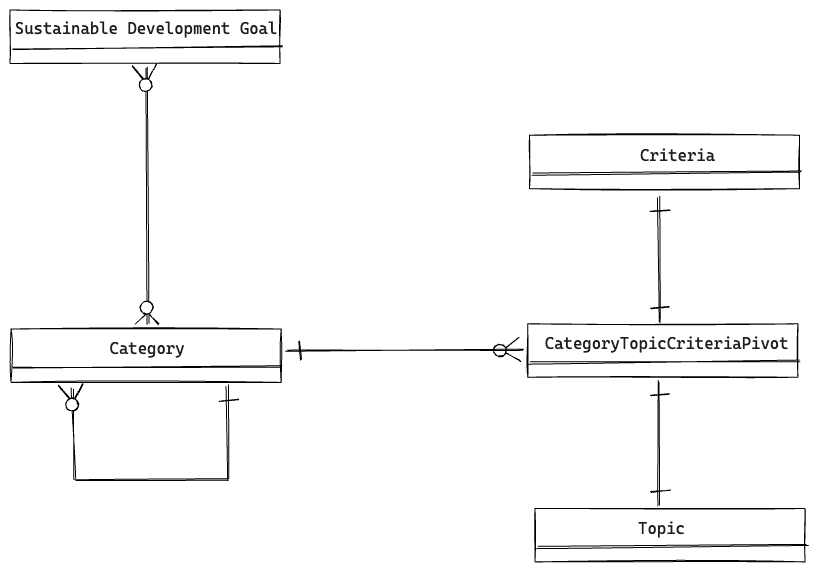
Earlier version of the Excalidraw export docs/_assets/diagrams/er-diagram-data-structure.excalidraw.png (sozialhelden/a11yscore). Source tidied: one line per element, renumbered; positions are measured from the earlier drawing's top-left corner, leaving out a move shared by most shapes.
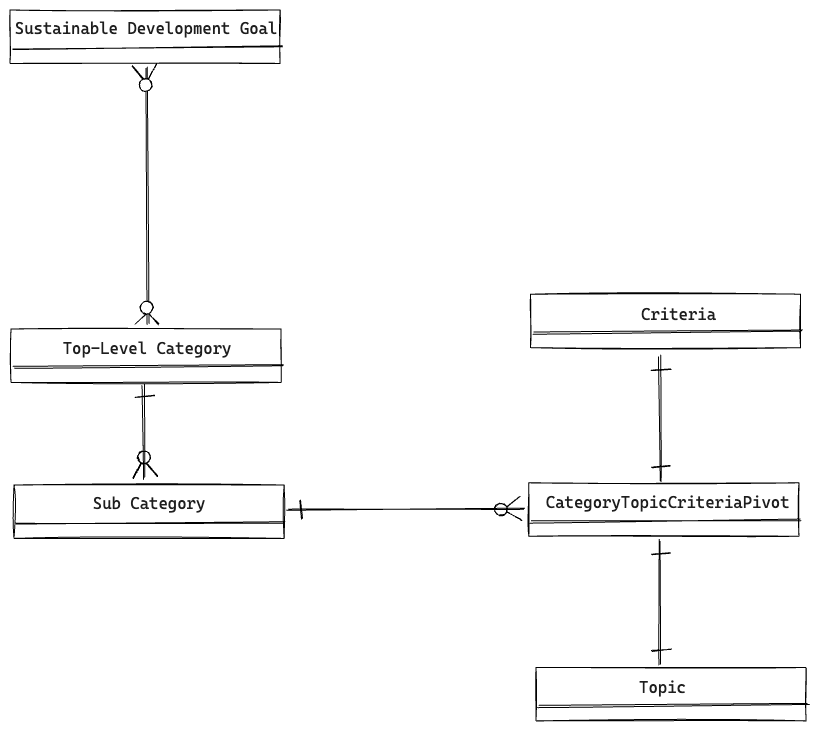
After the commit.

The edit, as a diff of the source:
```diff
@@ -1,9 +1,9 @@
-{"id": 0, "type": "rectangle", "strokeColor": "#000000", "strokeWidth": 1, "roughness": 1, "x": 0, "y": 0, "width": 270, "height": 53}
+{"id": 0, "type": "rectangle", "strokeColor": "#000000", "strokeWidth": 1, "roughness": 1, "x": -1, "y": -159, "width": 270, "height": 53}
-{"id": 1, "type": "line", "strokeColor": "#000000", "strokeWidth": 1, "roughness": 1, "round": true, "x": 2, "y": 39, "width": 269, "height": 2, "points": [[0, 0], [269, -2]]}
+{"id": 1, "type": "line", "strokeColor": "#000000", "strokeWidth": 1, "roughness": 1, "round": true, "x": 1, "y": -120, "width": 269, "height": 2, "points": [[0, 0], [269, -2]]}
-{"id": 2, "type": "text", "text": "Sustainable Development Goal", "strokeColor": "#1e1e1e", "backgroundColor": "#b2f2bb", "fillStyle": "hachure", "strokeWidth": 2, "roughness": 1, "fontSize": 16, "fontFamily": 3, "textAlign": "center", "x": 5, "y": 9, "width": 262, "height": 19}
+{"id": 2, "type": "text", "text": "Sustainable Development Goal", "strokeColor": "#1e1e1e", "backgroundColor": "#b2f2bb", "fillStyle": "hachure", "strokeWidth": 2, "roughness": 1, "fontSize": 16, "fontFamily": 3, "textAlign": "center", "x": 4, "y": -150, "width": 262, "height": 19}
-{"id": 3, "type": "rectangle", "strokeColor": "#000000", "strokeWidth": 1, "roughness": 1, "x": 1, "y": 319, "width": 270, "height": 53}
-{"id": 4, "type": "line", "strokeColor": "#000000", "strokeWidth": 1, "roughness": 1, "round": true, "x": 3, "y": 358, "width": 269, "height": 2, "points": [[0, 0], [269, -2]]}
-{"id": 5, "type": "text", "text": "Category", "strokeColor": "#1e1e1e", "backgroundColor": "#b2f2bb", "fillStyle": "hachure", "strokeWidth": 2, "roughness": 1, "fontSize": 16, "fontFamily": 3, "textAlign": "center", "x": 100, "y": 329, "width": 75, "height": 19}
+{"id": 40, "type": "rectangle", "strokeColor": "#000000", "strokeWidth": 1, "roughness": 1, "x": 0, "y": 160, "width": 270, "height": 53}
+{"id": 41, "type": "line", "strokeColor": "#000000", "strokeWidth": 1, "roughness": 1, "round": true, "x": 2, "y": 199, "width": 269, "height": 2, "points": [[0, 0], [269, -2]]}
+{"id": 42, "type": "text", "text": "Top-Level Category", "strokeColor": "#1e1e1e", "backgroundColor": "#b2f2bb", "fillStyle": "hachure", "strokeWidth": 2, "roughness": 1, "fontSize": 16, "fontFamily": 3, "textAlign": "center", "x": 52, "y": 170, "width": 169, "height": 19}
 {"id": 6, "type": "rectangle", "strokeColor": "#000000", "strokeWidth": 1, "roughness": 1, "x": 518, "y": 314, "width": 270, "height": 53}
 {"id": 7, "type": "line", "strokeColor": "#000000", "strokeWidth": 1, "roughness": 1, "round": true, "x": 520, "y": 352, "width": 269, "height": 2, "points": [[0, 0], [269, -2]]}
 {"id": 8, "type": "text", "text": "CategoryTopicCriteriaPivot", "strokeColor": "#1e1e1e", "backgroundColor": "#b2f2bb", "fillStyle": "hachure", "strokeWidth": 2, "roughness": 1, "fontSize": 16, "fontFamily": 3, "textAlign": "center", "x": 535, "y": 324, "width": 244, "height": 19}
@@ -13,23 +13,21 @@
 {"id": 12, "type": "rectangle", "strokeColor": "#000000", "strokeWidth": 1, "roughness": 1, "x": 519, "y": 125, "width": 270, "height": 53}
 {"id": 13, "type": "line", "strokeColor": "#000000", "strokeWidth": 1, "roughness": 1, "round": true, "x": 522, "y": 164, "width": 269, "height": 2, "points": [[0, 0], [269, -2]]}
 {"id": 14, "type": "text", "text": "Criteria", "strokeColor": "#1e1e1e", "backgroundColor": "#b2f2bb", "fillStyle": "hachure", "strokeWidth": 2, "roughness": 1, "fontSize": 16, "fontFamily": 3, "textAlign": "center", "x": 630, "y": 136, "width": 75, "height": 19}
-{"id": 15, "type": "line", "strokeColor": "#000000", "angle": 1.57, "strokeWidth": 1, "roughness": 1, "round": true, "x": 9, "y": 188, "width": 256, "height": 2, "points": [[0, 0], [256, -2]]}
+{"id": 15, "type": "line", "strokeColor": "#000000", "angle": 1.57, "strokeWidth": 1, "roughness": 1, "round": true, "x": 8, "y": 29, "width": 256, "height": 2, "points": [[0, 0], [256, -2]]}
-{"id": 16, "type": "line", "strokeColor": "#000000", "angle": 1.57, "strokeWidth": 1, "roughness": 1, "round": true, "x": 132, "y": 58, "width": 19, "height": 11, "points": [[0, 0], [19, 11]]}
+{"id": 16, "type": "line", "strokeColor": "#000000", "angle": 1.57, "strokeWidth": 1, "roughness": 1, "round": true, "x": 131, "y": -101, "width": 19, "height": 11, "points": [[0, 0], [19, 11]]}
-{"id": 17, "type": "line", "strokeColor": "#000000", "angle": 1.57, "strokeWidth": 1, "roughness": 1, "round": true, "x": 121, "y": 71, "width": 16, "height": 14, "points": [[0, 0], [16, -14]]}
+{"id": 17, "type": "line", "strokeColor": "#000000", "angle": 1.57, "strokeWidth": 1, "roughness": 1, "round": true, "x": 120, "y": -88, "width": 16, "height": 14, "points": [[0, 0], [16, -14]]}
-{"id": 18, "type": "line", "strokeColor": "#000000", "angle": 1.57, "strokeWidth": 1, "roughness": 1, "round": true, "x": 138, "y": 314, "width": 11, "height": 10, "points": [[0, 0], [11, -10]]}
+{"id": 18, "type": "line", "strokeColor": "#000000", "angle": 1.57, "strokeWidth": 1, "roughness": 1, "round": true, "x": 137, "y": 155, "width": 11, "height": 10, "points": [[0, 0], [11, -10]]}
-{"id": 19, "type": "line", "strokeColor": "#000000", "angle": 1.57, "strokeWidth": 1, "roughness": 1, "round": true, "x": 126, "y": 303, "width": 10, "height": 11, "points": [[0, 0], [10, 11]]}
+{"id": 19, "type": "line", "strokeColor": "#000000", "angle": 1.57, "strokeWidth": 1, "roughness": 1, "round": true, "x": 125, "y": 144, "width": 10, "height": 11, "points": [[0, 0], [10, 11]]}
-{"id": 20, "type": "ellipse", "strokeColor": "#000000", "angle": 1.57, "backgroundColor": "#ffffff", "fillStyle": "solid", "strokeWidth": 1, "roughness": 1, "x": 129, "y": 69, "width": 13, "height": 12}
+{"id": 20, "type": "ellipse", "strokeColor": "#000000", "angle": 1.57, "backgroundColor": "#ffffff", "fillStyle": "solid", "strokeWidth": 1, "roughness": 1, "x": 128, "y": -90, "width": 13, "height": 12}
-{"id": 21, "type": "ellipse", "strokeColor": "#000000", "angle": 1.57, "backgroundColor": "#ffffff", "fillStyle": "solid", "strokeWidth": 1, "roughness": 1, "x": 130, "y": 292, "width": 13, "height": 12}
+{"id": 21, "type": "ellipse", "strokeColor": "#000000", "angle": 1.57, "backgroundColor": "#ffffff", "fillStyle": "solid", "strokeWidth": 1, "roughness": 1, "x": 129, "y": 133, "width": 13, "height": 12}
-{"id": 22, "type": "line", "strokeColor": "#000000", "angle": 1.57, "strokeWidth": 1, "roughness": 1, "round": true, "x": 19, "y": 424, "width": 90, "height": 2, "points": [[0, 0], [90, -2]]}
-{"id": 23, "type": "line", "strokeColor": "#000000", "angle": 1.57, "strokeWidth": 1, "roughness": 1, "round": true, "x": 58, "y": 378, "width": 19, "height": 11, "points": [[0, 0], [19, 11]]}
+{"id": 23, "type": "line", "strokeColor": "#000000", "angle": 4.71, "strokeWidth": 1, "roughness": 1, "round": true, "x": 118, "y": 295, "width": 19, "height": 11, "points": [[0, 0], [19, 11]]}
-{"id": 24, "type": "line", "strokeColor": "#000000", "angle": 1.57, "strokeWidth": 1, "roughness": 1, "round": true, "x": 48, "y": 391, "width": 16, "height": 14, "points": [[0, 0], [16, -14]]}
+{"id": 24, "type": "line", "strokeColor": "#000000", "angle": 4.71, "strokeWidth": 1, "roughness": 1, "round": true, "x": 132, "y": 306, "width": 16, "height": 14, "points": [[0, 0], [16, -14]]}
-{"id": 25, "type": "ellipse", "strokeColor": "#000000", "angle": 1.57, "backgroundColor": "#ffffff", "fillStyle": "solid", "strokeWidth": 1, "roughness": 1, "x": 56, "y": 388, "width": 13, "height": 12}
+{"id": 25, "type": "ellipse", "strokeColor": "#000000", "angle": 4.71, "backgroundColor": "#ffffff", "fillStyle": "solid", "strokeWidth": 1, "roughness": 1, "x": 127, "y": 282, "width": 13, "height": 12}
 {"id": 26, "type": "line", "strokeColor": "#000000", "angle": 3.14, "strokeWidth": 1, "roughness": 1, "round": true, "x": 492, "y": 341, "width": 19, "height": 11, "points": [[0, 0], [19, 11]]}
 {"id": 27, "type": "line", "strokeColor": "#000000", "angle": 3.14, "strokeWidth": 1, "roughness": 1, "round": true, "x": 493, "y": 341, "width": 16, "height": 14, "points": [[0, 0], [16, -14]]}
 {"id": 28, "type": "ellipse", "strokeColor": "#000000", "angle": 3.14, "backgroundColor": "#ffffff", "fillStyle": "solid", "strokeWidth": 1, "roughness": 1, "x": 484, "y": 334, "width": 13, "height": 12}
-{"id": 29, "type": "line", "strokeColor": "#000000", "angle": 1.57, "strokeWidth": 1, "roughness": 1, "round": true, "x": 171, "y": 422, "width": 93, "height": 0, "points": [[0, 0], [93, 0]]}
+{"id": 29, "type": "line", "strokeColor": "#000000", "angle": 1.57, "strokeWidth": 1, "roughness": 1, "round": true, "x": 86, "y": 262, "width": 93, "height": 0, "points": [[0, 0], [93, 0]]}
-{"id": 30, "type": "line", "strokeColor": "#000000", "angle": 1.57, "strokeWidth": 1, "roughness": 1, "round": true, "x": 142, "y": 392, "width": 0, "height": 154, "points": [[0, 0], [0, 154]]}
-{"id": 31, "type": "line", "strokeColor": "#000000", "angle": 1.57, "strokeWidth": 1, "roughness": 1, "round": true, "x": 218, "y": 381, "width": 2, "height": 19, "points": [[0, 0], [2, 19]]}
+{"id": 31, "type": "line", "strokeColor": "#000000", "angle": 1.57, "strokeWidth": 1, "roughness": 1, "round": true, "x": 133, "y": 218, "width": 2, "height": 19, "points": [[0, 0], [2, 19]]}
 {"id": 32, "type": "line", "strokeColor": "#000000", "strokeWidth": 1, "roughness": 1, "round": true, "x": 276, "y": 342, "width": 238, "height": 2, "points": [[0, 0], [238, -2]]}
 {"id": 33, "type": "line", "strokeColor": "#000000", "strokeWidth": 1, "roughness": 1, "round": true, "x": 289, "y": 331, "width": 2, "height": 19, "points": [[0, 0], [2, 19]]}
 {"id": 34, "type": "line", "strokeColor": "#000000", "angle": 1.57, "strokeWidth": 1, "roughness": 1, "round": true, "x": 586, "y": 249, "width": 125, "height": 0, "points": [[0, 0], [125, 0]]}
@@ -38,3 +36,6 @@
 {"id": 37, "type": "line", "strokeColor": "#000000", "angle": 1.57, "strokeWidth": 1, "roughness": 1, "round": true, "x": 586, "y": 433, "width": 125, "height": 0, "points": [[0, 0], [125, 0]]}
 {"id": 38, "type": "line", "strokeColor": "#000000", "angle": 1.57, "strokeWidth": 1, "roughness": 1, "round": true, "x": 649, "y": 375, "width": 2, "height": 19, "points": [[0, 0], [2, 19]]}
 {"id": 39, "type": "line", "strokeColor": "#000000", "angle": 1.57, "strokeWidth": 1, "roughness": 1, "round": true, "x": 649, "y": 472, "width": 2, "height": 19, "points": [[0, 0], [2, 19]]}
+{"id": 3, "type": "rectangle", "strokeColor": "#000000", "strokeWidth": 1, "roughness": 1, "x": 3, "y": 316, "width": 270, "height": 53}
+{"id": 4, "type": "line", "strokeColor": "#000000", "strokeWidth": 1, "roughness": 1, "round": true, "x": 5, "y": 355, "width": 269, "height": 2, "points": [[0, 0], [269, -2]]}
+{"id": 5, "type": "text", "text": "Sub Category", "strokeColor": "#1e1e1e", "backgroundColor": "#b2f2bb", "fillStyle": "hachure", "strokeWidth": 2, "roughness": 1, "fontSize": 16, "fontFamily": 3, "textAlign": "center", "x": 82, "y": 325, "width": 112, "height": 19}
```
